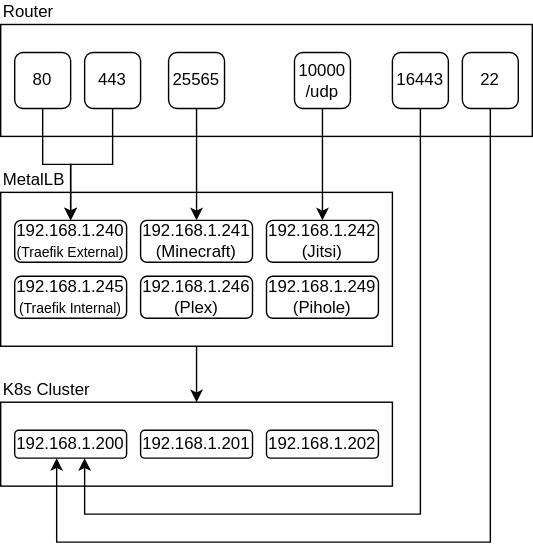
mchill/home keeps this draw.io diagram as docs/images/network.drawio.svg. Above is the earlier version. Source tidied: cells renumbered, new cells last; positions are measured from the earlier drawing's top-left corner, leaving out a move shared by most shapes.
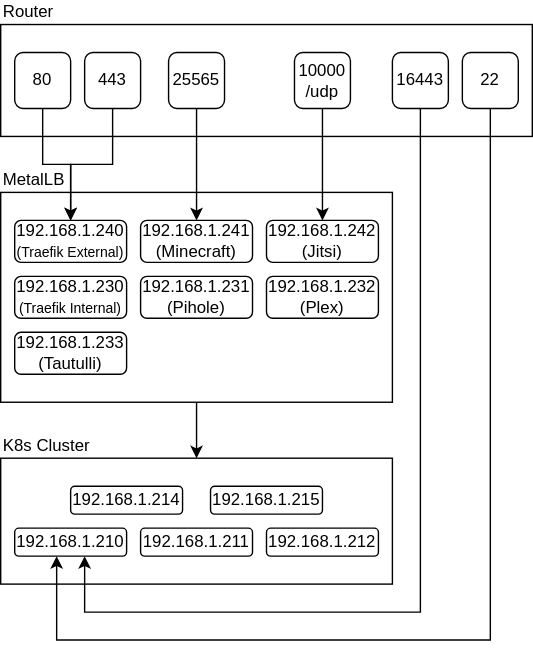
The same file after the commit.

Change to the diagram source:
```diff
@@ -6,7 +6,7 @@
       <mxGeometry relative="1" as="geometry" />
     </mxCell>
     <mxCell id="3" value="MetalLB" style="rounded=0;whiteSpace=wrap;html=1;align=left;labelPosition=center;verticalLabelPosition=top;verticalAlign=bottom;" parent="1" vertex="1">
-      <mxGeometry y="120" width="280" height="110" as="geometry" />
+      <mxGeometry y="120" width="280" height="150" as="geometry" />
     </mxCell>
     <mxCell id="4" value="192.168.1.240&lt;br&gt;&lt;font style=&quot;font-size: 10px&quot;&gt;(Traefik External)&lt;/font&gt;" style="rounded=1;whiteSpace=wrap;html=1;" parent="1" vertex="1">
       <mxGeometry x="10" y="140" width="80" height="30" as="geometry" />
@@ -14,9 +14,9 @@
     <mxCell id="5" value="192.168.1.241&lt;br&gt;(Minecraft)" style="rounded=1;whiteSpace=wrap;html=1;" parent="1" vertex="1">
       <mxGeometry x="100" y="140" width="80" height="30" as="geometry" />
     </mxCell>
-    <mxCell id="6" value="192.168.1.245&lt;br&gt;&lt;font style=&quot;font-size: 10px&quot;&gt;(Traefik Internal)&lt;/font&gt;" style="rounded=1;whiteSpace=wrap;html=1;" parent="1" vertex="1">
-      <mxGeometry x="10" y="180" width="80" height="30" as="geometry" />
-    </mxCell>
+    <mxCell id="27" value="192.168.1.230&lt;br&gt;&lt;font style=&quot;font-size: 10px&quot;&gt;(Traefik Internal)&lt;/font&gt;" style="rounded=1;whiteSpace=wrap;html=1;" parent="1" vertex="1">
+      <mxGeometry x="10" y="180" width="80" height="30" as="geometry" />
+    </mxCell>
     <mxCell id="7" value="192.168.1.242&lt;br&gt;(Jitsi)" style="rounded=1;whiteSpace=wrap;html=1;" parent="1" vertex="1">
       <mxGeometry x="190" y="140" width="80" height="30" as="geometry" />
     </mxCell>
@@ -53,39 +53,48 @@
     <mxCell id="18" value="16443" style="rounded=1;whiteSpace=wrap;html=1;" parent="1" vertex="1">
       <mxGeometry x="280" y="20" width="40" height="40" as="geometry" />
     </mxCell>
-    <mxCell id="19" value="192.168.1.246&lt;br&gt;(Plex)" style="rounded=1;whiteSpace=wrap;html=1;" parent="1" vertex="1">
-      <mxGeometry x="100" y="180" width="80" height="30" as="geometry" />
-    </mxCell>
-    <mxCell id="20" value="192.168.1.249&lt;br&gt;(Pihole)" style="rounded=1;whiteSpace=wrap;html=1;" parent="1" vertex="1">
-      <mxGeometry x="190" y="180" width="80" height="30" as="geometry" />
-    </mxCell>
+    <mxCell id="28" value="192.168.1.231&lt;br&gt;(Pihole)" style="rounded=1;whiteSpace=wrap;html=1;" parent="1" vertex="1">
+      <mxGeometry x="100" y="180" width="80" height="30" as="geometry" />
+    </mxCell>
+    <mxCell id="29" value="192.168.1.232&lt;br&gt;(Plex)" style="rounded=1;whiteSpace=wrap;html=1;" parent="1" vertex="1">
+      <mxGeometry x="190" y="180" width="80" height="30" as="geometry" />
+    </mxCell>
     <mxCell id="21" value="K8s Cluster" style="rounded=0;whiteSpace=wrap;html=1;align=left;labelPosition=center;verticalLabelPosition=top;verticalAlign=bottom;" parent="1" vertex="1">
-      <mxGeometry y="270" width="280" height="60" as="geometry" />
+      <mxGeometry y="310" width="280" height="90" as="geometry" />
     </mxCell>
-    <mxCell id="22" value="192.168.1.200" style="rounded=1;whiteSpace=wrap;html=1;" parent="1" vertex="1">
-      <mxGeometry x="10" y="290" width="80" height="20" as="geometry" />
-    </mxCell>
-    <mxCell id="23" value="192.168.1.201" style="rounded=1;whiteSpace=wrap;html=1;" parent="1" vertex="1">
-      <mxGeometry x="100" y="290" width="80" height="20" as="geometry" />
-    </mxCell>
-    <mxCell id="24" value="192.168.1.202" style="rounded=1;whiteSpace=wrap;html=1;" parent="1" vertex="1">
-      <mxGeometry x="190" y="290" width="80" height="20" as="geometry" />
-    </mxCell>
-    <mxCell id="25" style="edgeStyle=orthogonalEdgeStyle;rounded=0;jettySize=auto;html=1;" parent="1" edge="1" source="17" target="22">
-      <mxGeometry relative="1" as="geometry">
-        <Array as="points">
-          <mxPoint x="350" y="370" />
-          <mxPoint x="40" y="370" />
-        </Array>
-      </mxGeometry>
-    </mxCell>
-    <mxCell id="26" style="edgeStyle=orthogonalEdgeStyle;rounded=0;jettySize=auto;html=1;exitX=0.5;exitY=1;exitDx=0;exitDy=0;" parent="1" edge="1" source="18" target="22">
-      <mxGeometry relative="1" as="geometry">
-        <Array as="points">
-          <mxPoint x="300" y="350" />
-          <mxPoint x="60" y="350" />
-        </Array>
-      </mxGeometry>
-    </mxCell>
+    <mxCell id="30" value="192.168.1.210" style="rounded=1;whiteSpace=wrap;html=1;" parent="1" vertex="1">
+      <mxGeometry x="10" y="360" width="80" height="20" as="geometry" />
+    </mxCell>
+    <mxCell id="31" value="192.168.1.211" style="rounded=1;whiteSpace=wrap;html=1;" parent="1" vertex="1">
+      <mxGeometry x="100" y="360" width="80" height="20" as="geometry" />
+    </mxCell>
+    <mxCell id="32" value="192.168.1.212" style="rounded=1;whiteSpace=wrap;html=1;" parent="1" vertex="1">
+      <mxGeometry x="190" y="360" width="80" height="20" as="geometry" />
+    </mxCell>
+    <mxCell id="33" style="edgeStyle=orthogonalEdgeStyle;rounded=0;jettySize=auto;html=1;" parent="1" edge="1" source="17" target="30">
+      <mxGeometry relative="1" as="geometry">
+        <Array as="points">
+          <mxPoint x="350" y="440" />
+          <mxPoint x="40" y="440" />
+        </Array>
+      </mxGeometry>
+    </mxCell>
+    <mxCell id="34" style="edgeStyle=orthogonalEdgeStyle;rounded=0;jettySize=auto;html=1;exitX=0.5;exitY=1;exitDx=0;exitDy=0;" parent="1" edge="1" source="18" target="30">
+      <mxGeometry relative="1" as="geometry">
+        <Array as="points">
+          <mxPoint x="300" y="420" />
+          <mxPoint x="60" y="420" />
+        </Array>
+      </mxGeometry>
+    </mxCell>
+    <mxCell id="35" value="192.168.1.214" style="rounded=1;whiteSpace=wrap;html=1;" parent="1" vertex="1">
+      <mxGeometry x="50" y="330" width="80" height="20" as="geometry" />
+    </mxCell>
+    <mxCell id="36" value="192.168.1.215" style="rounded=1;whiteSpace=wrap;html=1;" parent="1" vertex="1">
+      <mxGeometry x="150" y="330" width="80" height="20" as="geometry" />
+    </mxCell>
+    <mxCell id="37" value="192.168.1.233&lt;br&gt;(Tautulli)" style="rounded=1;whiteSpace=wrap;html=1;" parent="1" vertex="1">
+      <mxGeometry x="10" y="220" width="80" height="30" as="geometry" />
+    </mxCell>
   </root>
 </mxGraphModel>
```
